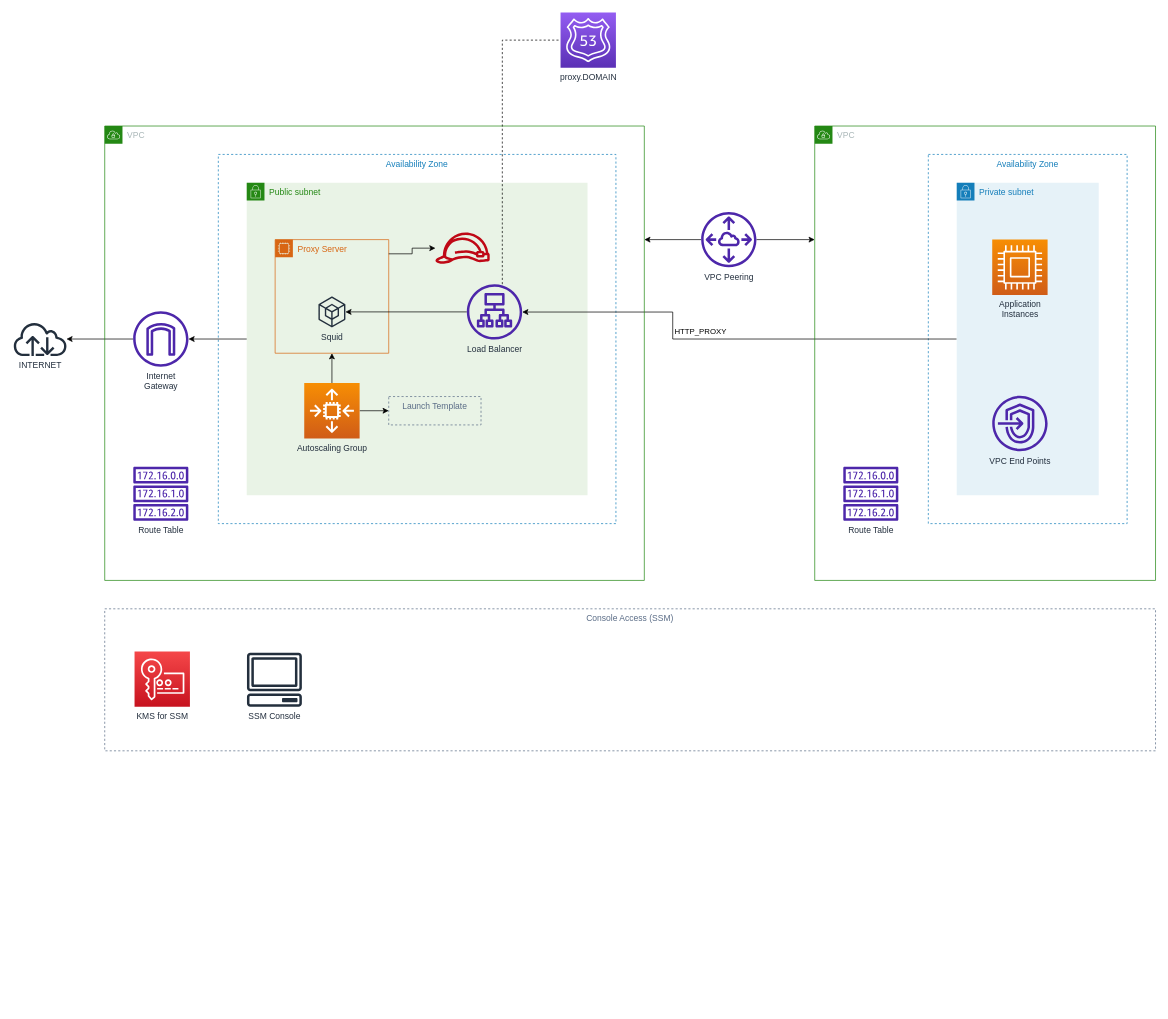
nicc777/exploring-aws-kinesis keeps this draw.io diagram as page "VPC Design" (5 of 6) of design.drawio. Above is the earlier version. Source tidied: cells renumbered, new cells numbered last; positions are measured from the earlier drawing's top-left corner, leaving out a move shared by most shapes. Both pictures are drawn from the tidied source at 71%, with x=0, y=0 at pixel (12, 12).
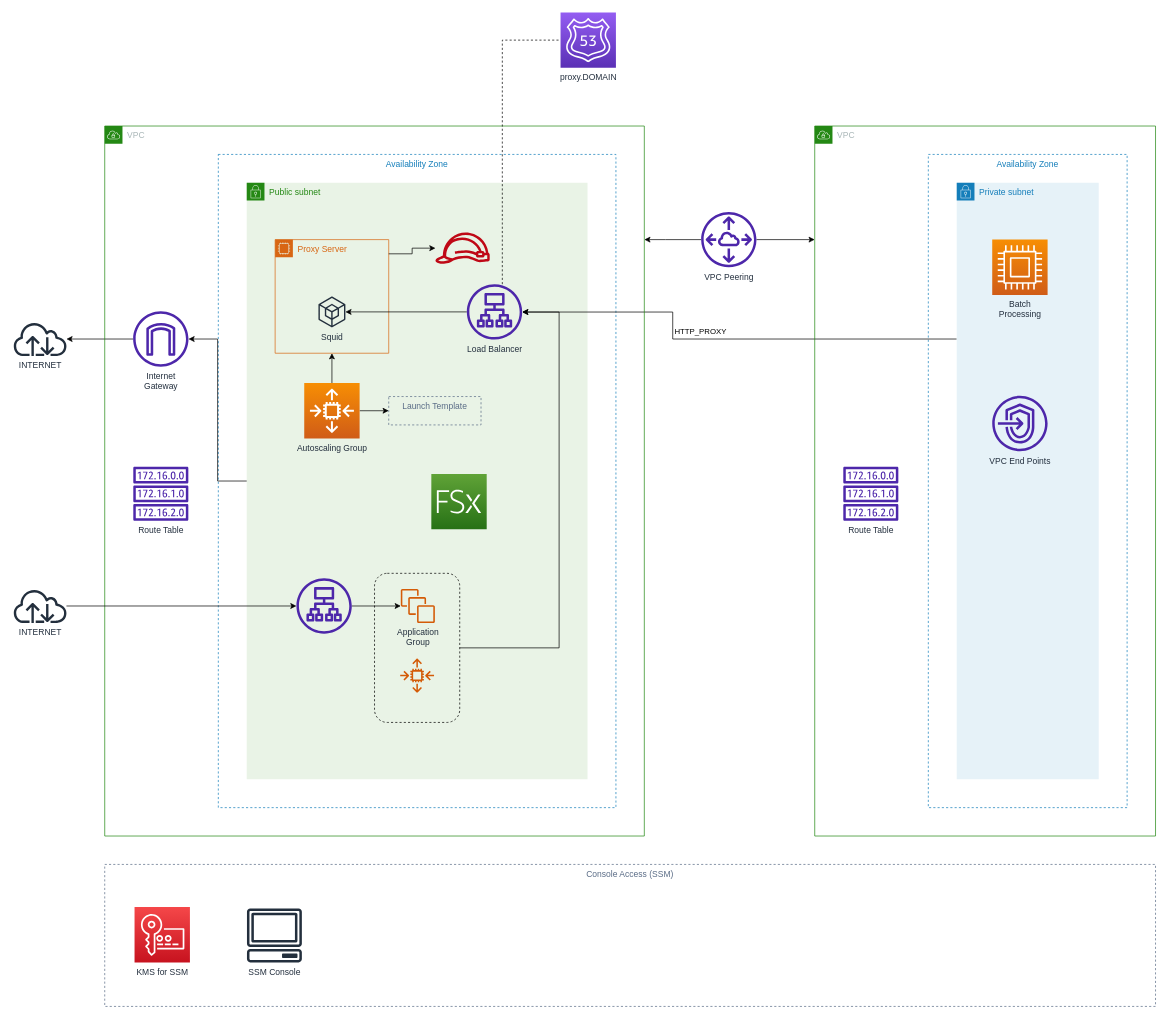
Above is the later version.

The change refers to these unchanged cells:
```xml
<mxCell id="19" value="VPC Peering" style="sketch=0;outlineConnect=0;fontColor=#232F3E;gradientColor=none;fillColor=#4D27AA;strokeColor=none;dashed=0;verticalLabelPosition=bottom;verticalAlign=top;align=center;html=1;fontSize=12;fontStyle=0;shape=mxgraph.aws4.peering;" parent="1" vertex="1">
  <mxGeometry x="970" y="281" width="78" height="78" as="geometry" />
</mxCell>
<mxCell id="33" value="Load Balancer" style="sketch=0;outlineConnect=0;fontColor=#232F3E;gradientColor=none;fillColor=#4D27AA;strokeColor=none;dashed=0;verticalLabelPosition=bottom;verticalAlign=top;align=center;html=1;fontSize=12;fontStyle=0;shape=mxgraph.aws4.application_load_balancer;" parent="1" vertex="1">
  <mxGeometry x="640" y="382.8" width="78" height="78" as="geometry" />
</mxCell>
```

What changed in the source:
```diff
@@
     <mxCell id="2" value="Availability Zone" style="fillColor=none;strokeColor=#147EBA;dashed=1;verticalAlign=top;fontStyle=0;fontColor=#147EBA;" parent="1" vertex="1">
-      <mxGeometry x="1290" y="200" width="280" height="520" as="geometry" />
+      <mxGeometry x="1290" y="200" width="280" height="920" as="geometry" />
     </mxCell>
@@
     <mxCell id="4" value="Availability Zone" style="fillColor=none;strokeColor=#147EBA;dashed=1;verticalAlign=top;fontStyle=0;fontColor=#147EBA;" parent="1" vertex="1">
-      <mxGeometry x="290" y="200" width="560" height="520" as="geometry" />
+      <mxGeometry x="290" y="200" width="560" height="920" as="geometry" />
     </mxCell>
     <mxCell id="5" value="Public subnet" style="points=[[0,0],[0.25,0],[0.5,0],[0.75,0],[1,0],[1,0.25],[1,0.5],[1,0.75],[1,1],[0.75,1],[0.5,1],[0.25,1],[0,1],[0,0.75],[0,0.5],[0,0.25]];outlineConnect=0;gradientColor=none;html=1;whiteSpace=wrap;fontSize=12;fontStyle=0;shape=mxgraph.aws4.group;grIcon=mxgraph.aws4.group_security_group;grStroke=0;strokeColor=#248814;fillColor=#E9F3E6;verticalAlign=top;align=left;spacingLeft=30;fontColor=#248814;dashed=0;" parent="1" vertex="1">
-      <mxGeometry x="330" y="240" width="480" height="440" as="geometry" />
+      <mxGeometry x="330" y="240" width="480" height="840" as="geometry" />
     </mxCell>
@@
     <mxCell id="16" value="Private subnet" style="points=[[0,0],[0.25,0],[0.5,0],[0.75,0],[1,0],[1,0.25],[1,0.5],[1,0.75],[1,1],[0.75,1],[0.5,1],[0.25,1],[0,1],[0,0.75],[0,0.5],[0,0.25]];outlineConnect=0;gradientColor=none;html=1;whiteSpace=wrap;fontSize=12;fontStyle=0;shape=mxgraph.aws4.group;grIcon=mxgraph.aws4.group_security_group;grStroke=0;strokeColor=#147EBA;fillColor=#E6F2F8;verticalAlign=top;align=left;spacingLeft=30;fontColor=#147EBA;dashed=0;" parent="1" vertex="1">
-      <mxGeometry x="1330" y="240" width="200" height="440" as="geometry" />
+      <mxGeometry x="1330" y="240" width="200" height="840" as="geometry" />
     </mxCell>
-    <mxCell id="17" style="edgeStyle=orthogonalEdgeStyle;rounded=0;jettySize=auto;html=1;entryX=1;entryY=0.25;entryDx=0;entryDy=0;" parent="1" edge="1" source="19" target="25">
-      <mxGeometry relative="1" as="geometry" />
+    <mxCell id="17" style="edgeStyle=orthogonalEdgeStyle;rounded=0;jettySize=auto;html=1;" parent="1" edge="1" source="19" target="25">
+      <mxGeometry relative="1" as="geometry">
+        <Array as="points">
+          <mxPoint x="920" y="320" />
+          <mxPoint x="920" y="320" />
+        </Array>
+      </mxGeometry>
     </mxCell>
-    <mxCell id="18" style="edgeStyle=orthogonalEdgeStyle;rounded=0;jettySize=auto;html=1;entryX=0;entryY=0.25;entryDx=0;entryDy=0;" parent="1" edge="1" source="19" target="26">
-      <mxGeometry relative="1" as="geometry" />
+    <mxCell id="18" style="edgeStyle=orthogonalEdgeStyle;rounded=0;jettySize=auto;html=1;" parent="1" edge="1" source="19" target="26">
+      <mxGeometry relative="1" as="geometry">
+        <Array as="points">
+          <mxPoint x="1140" y="320" />
+          <mxPoint x="1140" y="320" />
+        </Array>
+      </mxGeometry>
     </mxCell>
@@
     <mxCell id="25" value="VPC" style="points=[[0,0],[0.25,0],[0.5,0],[0.75,0],[1,0],[1,0.25],[1,0.5],[1,0.75],[1,1],[0.75,1],[0.5,1],[0.25,1],[0,1],[0,0.75],[0,0.5],[0,0.25]];outlineConnect=0;gradientColor=none;html=1;whiteSpace=wrap;fontSize=12;fontStyle=0;shape=mxgraph.aws4.group;grIcon=mxgraph.aws4.group_vpc;strokeColor=#248814;fillColor=none;verticalAlign=top;align=left;spacingLeft=30;fontColor=#AAB7B8;dashed=0;" parent="1" vertex="1">
-      <mxGeometry x="130" y="160" width="760" height="640" as="geometry" />
+      <mxGeometry x="130" y="160" width="760" height="1000" as="geometry" />
     </mxCell>
+    <mxCell id="36" style="sketch=0;fontColor=#232F3E;gradientColor=none;fillColor=#D45B07;strokeColor=none;dashed=0;verticalLabelPosition=bottom;verticalAlign=top;align=center;html=1;fontSize=12;fontStyle=0;shape=mxgraph.aws4.auto_scaling2;" parent="25" vertex="1">
+      <mxGeometry x="416" y="750" width="48" height="48" as="geometry" />
+    </mxCell>
+    <mxCell id="37" style="rounded=1;whiteSpace=wrap;html=1;fillColor=none;dashed=1;" parent="25" vertex="1">
+      <mxGeometry x="380" y="630" width="120" height="210" as="geometry" />
+    </mxCell>
     <mxCell id="26" value="VPC" style="points=[[0,0],[0.25,0],[0.5,0],[0.75,0],[1,0],[1,0.25],[1,0.5],[1,0.75],[1,1],[0.75,1],[0.5,1],[0.25,1],[0,1],[0,0.75],[0,0.5],[0,0.25]];outlineConnect=0;gradientColor=none;html=1;whiteSpace=wrap;fontSize=12;fontStyle=0;shape=mxgraph.aws4.group;grIcon=mxgraph.aws4.group_vpc;strokeColor=#248814;fillColor=none;verticalAlign=top;align=left;spacingLeft=30;fontColor=#AAB7B8;dashed=0;" parent="1" vertex="1">
-      <mxGeometry x="1130" y="160" width="480" height="640" as="geometry" />
+      <mxGeometry x="1130" y="160" width="480" height="1000" as="geometry" />
     </mxCell>
     <mxCell id="27" value="KMS for SSM" style="sketch=0;fontColor=#232F3E;gradientColor=#F54749;gradientDirection=north;fillColor=#C7131F;strokeColor=#ffffff;dashed=0;verticalLabelPosition=bottom;verticalAlign=top;align=center;html=1;fontSize=12;fontStyle=0;shape=mxgraph.aws4.resourceIcon;resIcon=mxgraph.aws4.key_management_service;" parent="1" vertex="1">
-      <mxGeometry x="172" y="900" width="78" height="78" as="geometry" />
+      <mxGeometry x="172" y="1260" width="78" height="78" as="geometry" />
     </mxCell>
     <mxCell id="28" value="SSM Console" style="sketch=0;fontColor=#232F3E;gradientColor=none;fillColor=#232F3D;strokeColor=none;dashed=0;verticalLabelPosition=bottom;verticalAlign=top;align=center;html=1;fontSize=12;fontStyle=0;shape=mxgraph.aws4.client;" parent="1" vertex="1">
-      <mxGeometry x="330" y="902" width="78" height="76" as="geometry" />
+      <mxGeometry x="330" y="1262" width="78" height="76" as="geometry" />
     </mxCell>
     <mxCell id="29" value="Console Access (SSM)" style="fillColor=none;strokeColor=#5A6C86;dashed=1;verticalAlign=top;fontStyle=0;fontColor=#5A6C86;" parent="1" vertex="1">
-      <mxGeometry x="130" y="840" width="1480" height="200" as="geometry" />
+      <mxGeometry x="130" y="1200" width="1480" height="200" as="geometry" />
     </mxCell>
-    <mxCell id="30" value="Application&lt;br&gt;Instances" style="sketch=0;fontColor=#232F3E;gradientColor=#F78E04;gradientDirection=north;fillColor=#D05C17;strokeColor=#ffffff;dashed=0;verticalLabelPosition=bottom;verticalAlign=top;align=center;html=1;fontSize=12;fontStyle=0;shape=mxgraph.aws4.resourceIcon;resIcon=mxgraph.aws4.compute;" parent="1" vertex="1">
+    <mxCell id="30" value="Batch&lt;br&gt;Processing" style="sketch=0;fontColor=#232F3E;gradientColor=#F78E04;gradientDirection=north;fillColor=#D05C17;strokeColor=#ffffff;dashed=0;verticalLabelPosition=bottom;verticalAlign=top;align=center;html=1;fontSize=12;fontStyle=0;shape=mxgraph.aws4.resourceIcon;resIcon=mxgraph.aws4.compute;" parent="1" vertex="1">
       <mxGeometry x="1380" y="320" width="78" height="78" as="geometry" />
     </mxCell>
@@
+    <mxCell id="38" style="sketch=0;fontColor=#232F3E;gradientColor=#60A337;gradientDirection=north;fillColor=#277116;strokeColor=#ffffff;dashed=0;verticalLabelPosition=bottom;verticalAlign=top;align=center;html=1;fontSize=12;fontStyle=0;shape=mxgraph.aws4.resourceIcon;resIcon=mxgraph.aws4.fsx;" parent="1" vertex="1">
+      <mxGeometry x="590" y="650" width="78" height="78" as="geometry" />
+    </mxCell>
+    <mxCell id="39" value="Application&lt;br&gt;Group" style="sketch=0;outlineConnect=0;fontColor=#232F3E;gradientColor=none;fillColor=#D45B07;strokeColor=none;dashed=0;verticalLabelPosition=bottom;verticalAlign=top;align=center;html=1;fontSize=12;fontStyle=0;shape=mxgraph.aws4.instances;" parent="1" vertex="1">
+      <mxGeometry x="547" y="812" width="48" height="48" as="geometry" />
+    </mxCell>
+    <mxCell id="40" style="edgeStyle=orthogonalEdgeStyle;rounded=0;jettySize=auto;html=1;" parent="1" edge="1" source="41" target="39">
+      <mxGeometry relative="1" as="geometry" />
+    </mxCell>
+    <mxCell id="41" style="sketch=0;outlineConnect=0;fontColor=#232F3E;gradientColor=none;fillColor=#4D27AA;strokeColor=none;dashed=0;verticalLabelPosition=bottom;verticalAlign=top;align=center;html=1;fontSize=12;fontStyle=0;shape=mxgraph.aws4.application_load_balancer;" parent="1" vertex="1">
+      <mxGeometry x="400" y="797" width="78" height="78" as="geometry" />
+    </mxCell>
+    <mxCell id="42" style="edgeStyle=orthogonalEdgeStyle;rounded=0;jettySize=auto;html=1;" parent="1" edge="1" source="43" target="41">
+      <mxGeometry relative="1" as="geometry" />
+    </mxCell>
+    <mxCell id="43" value="INTERNET" style="sketch=0;outlineConnect=0;fontColor=#232F3E;gradientColor=none;fillColor=#232F3D;strokeColor=none;dashed=0;verticalLabelPosition=bottom;verticalAlign=top;align=center;html=1;fontSize=12;fontStyle=0;shape=mxgraph.aws4.internet;" parent="1" vertex="1">
+      <mxGeometry y="812" width="78" height="48" as="geometry" />
+    </mxCell>
+    <mxCell id="44" style="edgeStyle=orthogonalEdgeStyle;rounded=0;jettySize=auto;html=1;" parent="1" edge="1" source="37" target="33">
+      <mxGeometry relative="1" as="geometry">
+        <Array as="points">
+          <mxPoint x="770" y="895" />
+          <mxPoint x="770" y="422" />
+        </Array>
+      </mxGeometry>
+    </mxCell>
```
